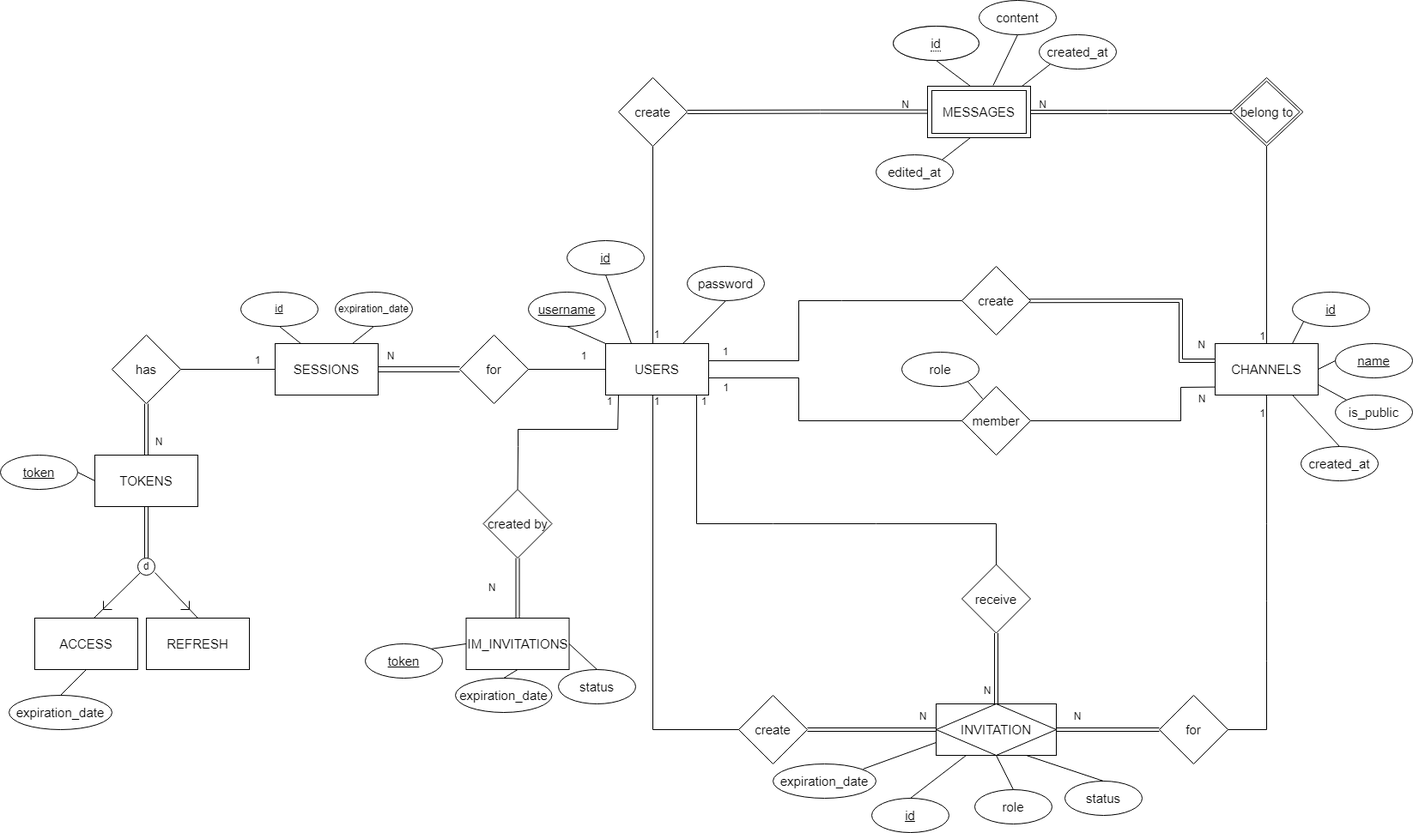
Earlier version of the draw.io export docs/instant-messaging-database-model.png (antonio-paulino/Instant-Messaging). Source tidied: cells renumbered, new cells last; positions are measured from the earlier drawing's top-left corner, leaving out a move shared by most shapes.
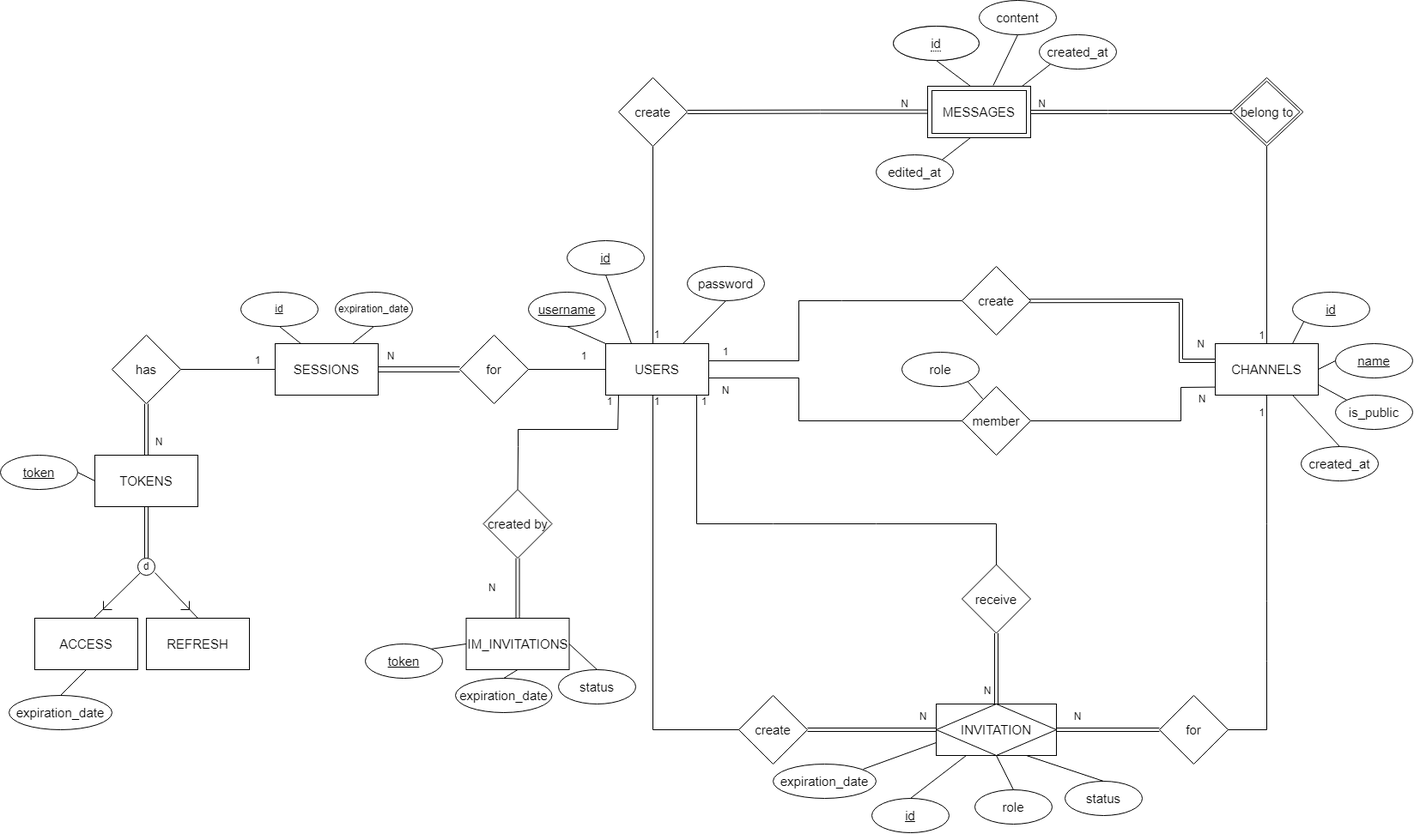
Above is the later version.

Diff of the diagram source:
```diff
@@ -227,7 +227,7 @@
         <mxPoint x="260" as="offset" />
       </mxGeometry>
     </mxCell>
-    <mxCell id="58" value="1" style="html=1;whiteSpace=wrap;align=right;verticalAlign=bottom;direction=south;" parent="1" vertex="1">
+    <mxCell id="58" style="html=1;whiteSpace=wrap;align=right;verticalAlign=bottom;direction=south;" parent="1" vertex="1">
       <mxGeometry x="850" y="460" as="geometry" />
     </mxCell>
     <mxCell id="59" style="endArrow=none;html=1;rounded=0;entryX=0.465;entryY=0.99;entryDx=0;entryDy=0;entryPerimeter=0;exitX=0.5;exitY=0;exitDx=0;exitDy=0;" parent="1" edge="1" source="49">
@@ -445,5 +445,8 @@
     <mxCell id="113" value="&lt;span style=&quot;border-bottom: 1px dotted; font-size: 15px;&quot;&gt;id&lt;/span&gt;" style="ellipse;whiteSpace=wrap;html=1;align=center;strokeWidth=1;fontSize=15;" parent="1" vertex="1">
       <mxGeometry x="1040" y="30" width="100" height="40" as="geometry" />
     </mxCell>
+    <mxCell id="114" value="N" style="text;html=1;align=center;verticalAlign=middle;whiteSpace=wrap;rounded=0;" parent="1" vertex="1">
+      <mxGeometry x="840" y="450" width="10" height="10" as="geometry" />
+    </mxCell>
   </root>
 </mxGraphModel>
```
